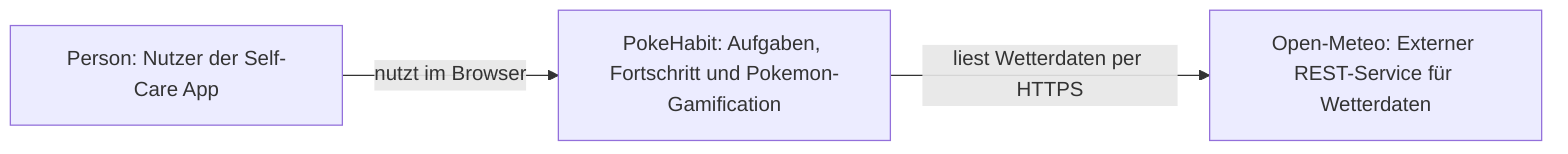
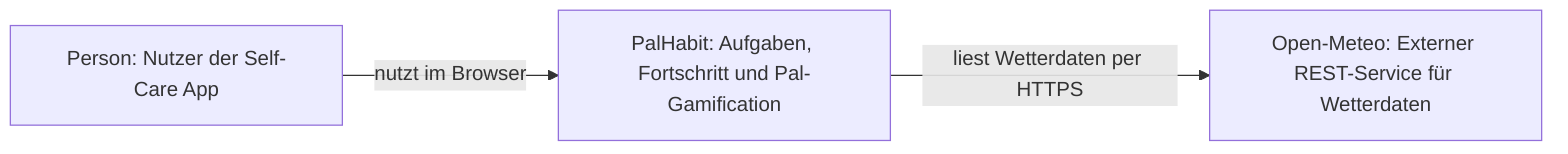
flowchart LR
    USER["Person: Nutzer der Self-Care App"]
-     SCS["PokeHabit: Aufgaben, Fortschritt und Pokemon-Gamification"]
+     SCS["PalHabit: Aufgaben, Fortschritt und Pal-Gamification"]
    WEATHER["Open-Meteo: Externer REST-Service für Wetterdaten"]

    USER -->|nutzt im Browser| SCS
    SCS -->|liest Wetterdaten per HTTPS| WEATHER